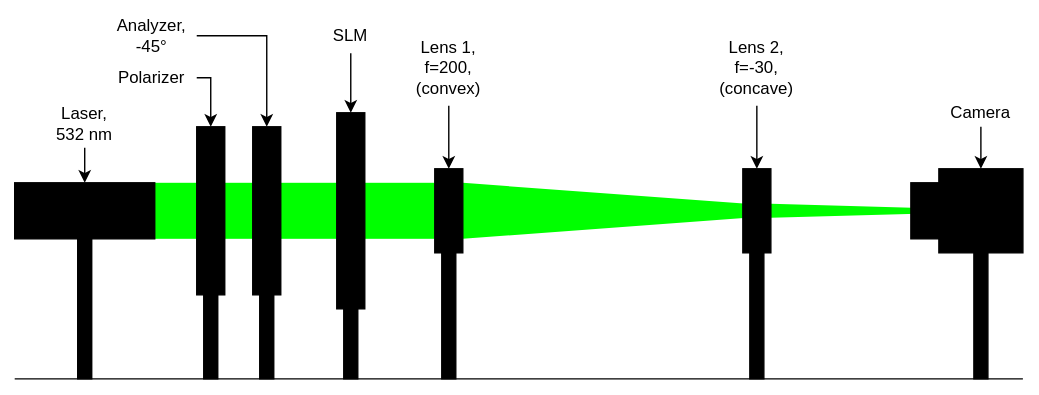
Above: docs/source/images/setup_6.svg in nbaehler/mask-designer (draw.io), before the change. Source tidied: cells renumbered, new cells last; positions are measured from the earlier drawing's top-left corner, leaving out a move shared by most shapes. Its diagram source:
```xml
<mxGraphModel background="#ffffff">
  <root>
    <mxCell id="0" />
    <mxCell id="1" parent="0" />
    <mxCell id="2" style="triangle;whiteSpace=wrap;html=1;fillColor=#00FF00;strokeColor=none;" parent="1" vertex="1">
      <mxGeometry x="320" y="120" width="270" height="40" as="geometry" />
    </mxCell>
    <mxCell id="3" style="rounded=0;whiteSpace=wrap;html=1;strokeColor=none;fillColor=#00FF00;" parent="1" vertex="1">
      <mxGeometry x="100" y="120" width="30" height="40" as="geometry" />
    </mxCell>
    <mxCell id="4" style="rounded=0;whiteSpace=wrap;html=1;strokeColor=none;fillColor=#00FF00;" parent="1" vertex="1">
      <mxGeometry x="150" y="120" width="20" height="40" as="geometry" />
    </mxCell>
    <mxCell id="5" style="rounded=0;whiteSpace=wrap;html=1;strokeColor=none;fillColor=#00FF00;" parent="1" vertex="1">
      <mxGeometry x="190" y="120" width="40" height="40" as="geometry" />
    </mxCell>
    <mxCell id="6" style="rounded=0;whiteSpace=wrap;html=1;strokeColor=none;fillColor=#00FF00;" parent="1" vertex="1">
      <mxGeometry x="250" y="120" width="50" height="40" as="geometry" />
    </mxCell>
    <mxCell id="7" style="triangle;whiteSpace=wrap;html=1;fillColor=#00FF00;strokeColor=none;" parent="1" vertex="1">
      <mxGeometry x="540" y="135" width="180" height="10" as="geometry" />
    </mxCell>
    <mxCell id="8" style="endArrow=none;html=1;rounded=0;" parent="1" edge="1">
      <mxGeometry relative="1" as="geometry">
        <mxPoint y="260" as="sourcePoint" />
        <mxPoint x="720" y="260" as="targetPoint" />
      </mxGeometry>
    </mxCell>
    <mxCell id="9" style="rounded=0;whiteSpace=wrap;html=1;fillColor=#000000;" parent="1" vertex="1">
      <mxGeometry x="45" y="160" width="10" height="100" as="geometry" />
    </mxCell>
    <mxCell id="10" style="rounded=0;whiteSpace=wrap;html=1;fillColor=#000000;" parent="1" vertex="1">
      <mxGeometry x="135" y="200" width="10" height="60" as="geometry" />
    </mxCell>
    <mxCell id="11" style="rounded=0;whiteSpace=wrap;html=1;fillColor=#000000;" parent="1" vertex="1">
      <mxGeometry x="175" y="200" width="10" height="60" as="geometry" />
    </mxCell>
    <mxCell id="12" style="rounded=0;whiteSpace=wrap;html=1;fillColor=#000000;" parent="1" vertex="1">
      <mxGeometry x="235" y="210" width="10" height="50" as="geometry" />
    </mxCell>
    <mxCell id="13" style="rounded=0;whiteSpace=wrap;html=1;fillColor=#000000;" parent="1" vertex="1">
      <mxGeometry x="305" y="170" width="10" height="90" as="geometry" />
    </mxCell>
    <mxCell id="14" style="rounded=0;whiteSpace=wrap;html=1;fillColor=#000000;" parent="1" vertex="1">
      <mxGeometry x="525" y="170" width="10" height="90" as="geometry" />
    </mxCell>
    <mxCell id="15" style="edgeStyle=orthogonalEdgeStyle;rounded=0;jettySize=auto;html=1;exitX=1;exitY=0.5;exitDx=0;exitDy=0;entryX=0.5;entryY=0;entryDx=0;entryDy=0;" parent="1" edge="1" source="16" target="27">
      <mxGeometry relative="1" as="geometry" />
    </mxCell>
    <mxCell id="16" value="Polarizer" style="text;html=1;strokeColor=none;fillColor=none;align=center;verticalAlign=middle;whiteSpace=wrap;rounded=0;" parent="1" vertex="1">
      <mxGeometry x="66" y="30" width="64" height="30" as="geometry" />
    </mxCell>
    <mxCell id="17" style="edgeStyle=orthogonalEdgeStyle;rounded=0;jettySize=auto;html=1;exitX=0.5;exitY=1;exitDx=0;exitDy=0;entryX=0.5;entryY=0;entryDx=0;entryDy=0;" parent="1" edge="1" source="18" target="32">
      <mxGeometry relative="1" as="geometry" />
    </mxCell>
    <mxCell id="18" value="&lt;div&gt;Laser,&lt;/div&gt;&lt;div&gt;532 nm&lt;/div&gt;" style="text;html=1;strokeColor=none;fillColor=none;align=center;verticalAlign=middle;whiteSpace=wrap;rounded=0;" parent="1" vertex="1">
      <mxGeometry x="20" y="60" width="60" height="35" as="geometry" />
    </mxCell>
    <mxCell id="19" style="edgeStyle=orthogonalEdgeStyle;rounded=0;jettySize=auto;html=1;exitX=1;exitY=0.5;exitDx=0;exitDy=0;entryX=0.5;entryY=0;entryDx=0;entryDy=0;" parent="1" edge="1" source="24" target="28">
      <mxGeometry relative="1" as="geometry" />
    </mxCell>
    <mxCell id="20" style="edgeStyle=orthogonalEdgeStyle;rounded=0;jettySize=auto;html=1;exitX=0.5;exitY=1;exitDx=0;exitDy=0;" parent="1" edge="1" source="21" target="29">
      <mxGeometry relative="1" as="geometry" />
    </mxCell>
    <mxCell id="21" value="SLM" style="text;html=1;strokeColor=none;fillColor=none;align=center;verticalAlign=middle;whiteSpace=wrap;rounded=0;" parent="1" vertex="1">
      <mxGeometry x="210" y="2.5" width="60" height="25" as="geometry" />
    </mxCell>
    <mxCell id="22" style="edgeStyle=orthogonalEdgeStyle;rounded=0;jettySize=auto;html=1;exitX=0.5;exitY=1;exitDx=0;exitDy=0;" parent="1" edge="1" source="23" target="30">
      <mxGeometry relative="1" as="geometry" />
    </mxCell>
    <mxCell id="23" value="&lt;div&gt;Lens 1,&lt;/div&gt;&lt;div&gt;f=200,&lt;br&gt;&lt;/div&gt;&lt;div&gt;(convex)&lt;br&gt;&lt;/div&gt;" style="text;html=1;strokeColor=none;fillColor=none;align=center;verticalAlign=middle;whiteSpace=wrap;rounded=0;" parent="1" vertex="1">
      <mxGeometry x="280" y="10" width="60" height="55" as="geometry" />
    </mxCell>
    <mxCell id="24" value="Analyzer,&lt;br&gt;-45°" style="text;html=1;strokeColor=none;fillColor=none;align=center;verticalAlign=middle;whiteSpace=wrap;rounded=0;" parent="1" vertex="1">
      <mxGeometry x="66" width="64" height="30" as="geometry" />
    </mxCell>
    <mxCell id="25" style="edgeStyle=orthogonalEdgeStyle;rounded=0;jettySize=auto;html=1;exitX=0.5;exitY=1;exitDx=0;exitDy=0;entryX=0.5;entryY=0;entryDx=0;entryDy=0;" parent="1" edge="1" source="26" target="35">
      <mxGeometry relative="1" as="geometry" />
    </mxCell>
    <mxCell id="26" value="&lt;div&gt;Lens 2,&lt;/div&gt;&lt;div&gt;f=-75,&lt;br&gt;&lt;/div&gt;&lt;div&gt;(concave)&lt;/div&gt;" style="text;html=1;strokeColor=none;fillColor=none;align=center;verticalAlign=middle;whiteSpace=wrap;rounded=0;" parent="1" vertex="1">
      <mxGeometry x="500" y="10" width="60" height="55" as="geometry" />
    </mxCell>
    <mxCell id="27" style="rounded=0;whiteSpace=wrap;html=1;fillColor=#000000;" parent="1" vertex="1">
      <mxGeometry x="130" y="80" width="20" height="120" as="geometry" />
    </mxCell>
    <mxCell id="28" style="rounded=0;whiteSpace=wrap;html=1;fillColor=#000000;" parent="1" vertex="1">
      <mxGeometry x="170" y="80" width="20" height="120" as="geometry" />
    </mxCell>
    <mxCell id="29" style="rounded=0;whiteSpace=wrap;html=1;fillColor=#000000;" parent="1" vertex="1">
      <mxGeometry x="230" y="70" width="20" height="140" as="geometry" />
    </mxCell>
    <mxCell id="30" style="rounded=0;whiteSpace=wrap;html=1;fillColor=#000000;" parent="1" vertex="1">
      <mxGeometry x="300" y="110" width="20" height="60" as="geometry" />
    </mxCell>
    <mxCell id="31" style="rounded=0;whiteSpace=wrap;html=1;fillColor=#000000;" parent="1" vertex="1">
      <mxGeometry x="660" y="110" width="60" height="60" as="geometry" />
    </mxCell>
    <mxCell id="32" style="rounded=0;whiteSpace=wrap;html=1;fillColor=#000000;" parent="1" vertex="1">
      <mxGeometry y="120" width="100" height="40" as="geometry" />
    </mxCell>
    <mxCell id="33" style="edgeStyle=orthogonalEdgeStyle;rounded=0;jettySize=auto;html=1;" parent="1" edge="1" source="34" target="31">
      <mxGeometry relative="1" as="geometry" />
    </mxCell>
    <mxCell id="34" value="Camera" style="text;html=1;strokeColor=none;fillColor=none;align=center;verticalAlign=middle;whiteSpace=wrap;rounded=0;" parent="1" vertex="1">
      <mxGeometry x="660" y="60" width="60" height="20" as="geometry" />
    </mxCell>
    <mxCell id="35" style="rounded=0;whiteSpace=wrap;html=1;fillColor=#000000;fillOpacity=100;" parent="1" vertex="1">
      <mxGeometry x="520" y="110" width="20" height="60" as="geometry" />
    </mxCell>
    <mxCell id="36" style="rounded=0;whiteSpace=wrap;html=1;fillColor=#000000;" parent="1" vertex="1">
      <mxGeometry x="640" y="120" width="20" height="40" as="geometry" />
    </mxCell>
    <mxCell id="37" style="rounded=0;whiteSpace=wrap;html=1;fillColor=#000000;" parent="1" vertex="1">
      <mxGeometry x="685" y="170" width="10" height="90" as="geometry" />
    </mxCell>
  </root>
</mxGraphModel>
```
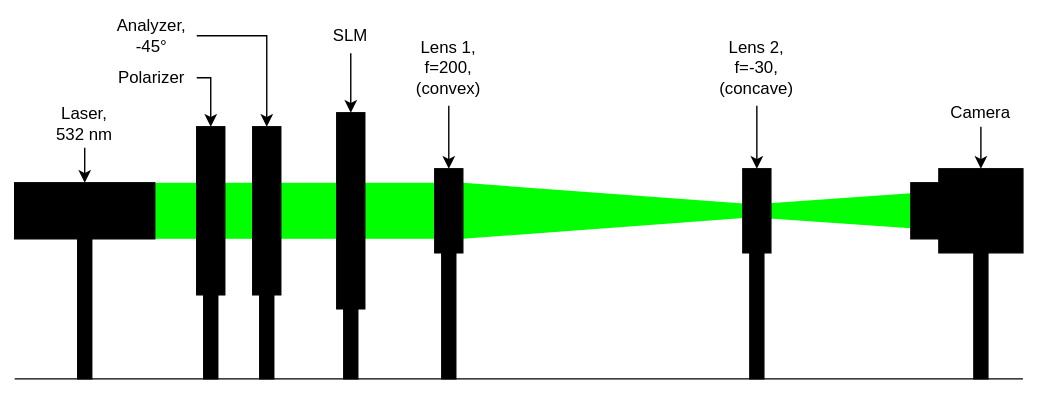
Later version of the same file.

The edit, as a diff of the source:
```diff
@@ -2,6 +2,9 @@
   <root>
     <mxCell id="0" />
     <mxCell id="1" parent="0" />
+    <mxCell id="38" style="triangle;whiteSpace=wrap;html=1;fillColor=#00FF00;strokeColor=none;direction=west;" parent="1" vertex="1">
+      <mxGeometry x="460" y="127.5" width="180" height="25" as="geometry" />
+    </mxCell>
     <mxCell id="2" style="triangle;whiteSpace=wrap;html=1;fillColor=#00FF00;strokeColor=none;" parent="1" vertex="1">
       <mxGeometry x="320" y="120" width="270" height="40" as="geometry" />
     </mxCell>
@@ -17,9 +20,6 @@
     <mxCell id="6" style="rounded=0;whiteSpace=wrap;html=1;strokeColor=none;fillColor=#00FF00;" parent="1" vertex="1">
       <mxGeometry x="250" y="120" width="50" height="40" as="geometry" />
     </mxCell>
-    <mxCell id="7" style="triangle;whiteSpace=wrap;html=1;fillColor=#00FF00;strokeColor=none;" parent="1" vertex="1">
-      <mxGeometry x="540" y="135" width="180" height="10" as="geometry" />
-    </mxCell>
     <mxCell id="8" style="endArrow=none;html=1;rounded=0;" parent="1" edge="1">
       <mxGeometry relative="1" as="geometry">
         <mxPoint y="260" as="sourcePoint" />
@@ -77,7 +77,7 @@
     <mxCell id="25" style="edgeStyle=orthogonalEdgeStyle;rounded=0;jettySize=auto;html=1;exitX=0.5;exitY=1;exitDx=0;exitDy=0;entryX=0.5;entryY=0;entryDx=0;entryDy=0;" parent="1" edge="1" source="26" target="35">
       <mxGeometry relative="1" as="geometry" />
     </mxCell>
-    <mxCell id="26" value="&lt;div&gt;Lens 2,&lt;/div&gt;&lt;div&gt;f=-75,&lt;br&gt;&lt;/div&gt;&lt;div&gt;(concave)&lt;/div&gt;" style="text;html=1;strokeColor=none;fillColor=none;align=center;verticalAlign=middle;whiteSpace=wrap;rounded=0;" parent="1" vertex="1">
+    <mxCell id="26" value="&lt;div&gt;Lens 2,&lt;/div&gt;&lt;div&gt;f=-30,&lt;br&gt;&lt;/div&gt;&lt;div&gt;(concave)&lt;/div&gt;" style="text;html=1;strokeColor=none;fillColor=none;align=center;verticalAlign=middle;whiteSpace=wrap;rounded=0;" parent="1" vertex="1">
       <mxGeometry x="500" y="10" width="60" height="55" as="geometry" />
     </mxCell>
     <mxCell id="27" style="rounded=0;whiteSpace=wrap;html=1;fillColor=#000000;" parent="1" vertex="1">
```
